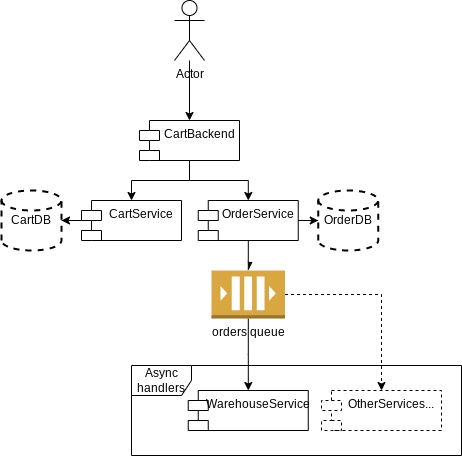
Earlier version of the draw.io export diagrams/arch.drawio.png (Gamazic/microservices-market-playground). Source tidied: cells renumbered, new cells last; positions are measured from the earlier drawing's top-left corner, leaving out a move shared by most shapes. Its diagram source:
```xml
<mxGraphModel>
  <root>
    <mxCell id="0" />
    <mxCell id="1" parent="0" />
    <mxCell id="2" value="Async handlers" style="shape=umlFrame;whiteSpace=wrap;html=1;" parent="1" vertex="1">
      <mxGeometry x="130" y="365" width="330" height="90" as="geometry" />
    </mxCell>
    <mxCell id="3" style="edgeStyle=orthogonalEdgeStyle;rounded=0;jettySize=auto;html=1;endArrow=classic;endFill=1;" parent="1" edge="1" source="5" target="10">
      <mxGeometry relative="1" as="geometry" />
    </mxCell>
    <mxCell id="4" style="edgeStyle=orthogonalEdgeStyle;rounded=0;jettySize=auto;html=1;endArrow=classic;endFill=1;" parent="1" edge="1" source="5" target="7">
      <mxGeometry relative="1" as="geometry" />
    </mxCell>
    <mxCell id="5" value="CartBackend" style="shape=module;align=left;spacingLeft=20;align=center;verticalAlign=top;" parent="1" vertex="1">
      <mxGeometry x="138" y="120" width="100" height="40" as="geometry" />
    </mxCell>
    <mxCell id="6" style="edgeStyle=orthogonalEdgeStyle;rounded=0;jettySize=auto;html=1;endArrow=classic;endFill=1;" parent="1" edge="1" source="7" target="11">
      <mxGeometry relative="1" as="geometry" />
    </mxCell>
    <mxCell id="7" value="CartService" style="shape=module;align=left;spacingLeft=20;align=center;verticalAlign=top;" parent="1" vertex="1">
      <mxGeometry x="80" y="200" width="100" height="40" as="geometry" />
    </mxCell>
    <mxCell id="8" style="edgeStyle=orthogonalEdgeStyle;rounded=0;jettySize=auto;html=1;endArrow=classic;endFill=1;" parent="1" edge="1" source="10" target="19">
      <mxGeometry relative="1" as="geometry" />
    </mxCell>
    <mxCell id="9" style="edgeStyle=orthogonalEdgeStyle;rounded=0;jettySize=auto;html=1;endArrow=async;endFill=1;" parent="1" edge="1" source="10" target="14">
      <mxGeometry relative="1" as="geometry" />
    </mxCell>
    <mxCell id="10" value="OrderService" style="shape=module;align=left;spacingLeft=20;align=center;verticalAlign=top;" parent="1" vertex="1">
      <mxGeometry x="196.8" y="200" width="100" height="40" as="geometry" />
    </mxCell>
    <mxCell id="11" value="CartDB" style="strokeWidth=2;html=1;shape=mxgraph.flowchart.database;whiteSpace=wrap;dashed=1;" parent="1" vertex="1">
      <mxGeometry y="190" width="60" height="60" as="geometry" />
    </mxCell>
    <mxCell id="12" style="edgeStyle=orthogonalEdgeStyle;rounded=0;jettySize=auto;html=1;" parent="1" edge="1" source="14" target="17">
      <mxGeometry relative="1" as="geometry" />
    </mxCell>
    <mxCell id="13" style="edgeStyle=orthogonalEdgeStyle;rounded=0;jettySize=auto;html=1;endArrow=classic;endFill=1;dashed=1;" parent="1" edge="1" source="14" target="18">
      <mxGeometry relative="1" as="geometry" />
    </mxCell>
    <mxCell id="14" value="orders queue" style="outlineConnect=0;dashed=0;verticalLabelPosition=bottom;verticalAlign=top;align=center;html=1;shape=mxgraph.aws3.queue;fillColor=#D9A741;gradientColor=none;" parent="1" vertex="1">
      <mxGeometry x="210" y="270" width="73.5" height="48" as="geometry" />
    </mxCell>
    <mxCell id="15" style="edgeStyle=orthogonalEdgeStyle;rounded=0;jettySize=auto;html=1;endArrow=classic;endFill=1;" parent="1" edge="1" source="16" target="5">
      <mxGeometry relative="1" as="geometry" />
    </mxCell>
    <mxCell id="16" value="Actor" style="shape=umlActor;verticalLabelPosition=bottom;verticalAlign=top;html=1;outlineConnect=0;" parent="1" vertex="1">
      <mxGeometry x="173" width="30" height="60" as="geometry" />
    </mxCell>
    <mxCell id="17" value="WarehouseService" style="shape=module;align=left;spacingLeft=20;align=center;verticalAlign=top;" parent="1" vertex="1">
      <mxGeometry x="186.8" y="390" width="120" height="40" as="geometry" />
    </mxCell>
    <mxCell id="18" value="OtherServices..." style="shape=module;align=left;spacingLeft=20;align=center;verticalAlign=top;dashed=1;" parent="1" vertex="1">
      <mxGeometry x="320" y="390" width="120" height="40" as="geometry" />
    </mxCell>
    <mxCell id="19" value="OrderDB" style="strokeWidth=2;html=1;shape=mxgraph.flowchart.database;whiteSpace=wrap;dashed=1;" parent="1" vertex="1">
      <mxGeometry x="316.8" y="190" width="60" height="60" as="geometry" />
    </mxCell>
  </root>
</mxGraphModel>
```
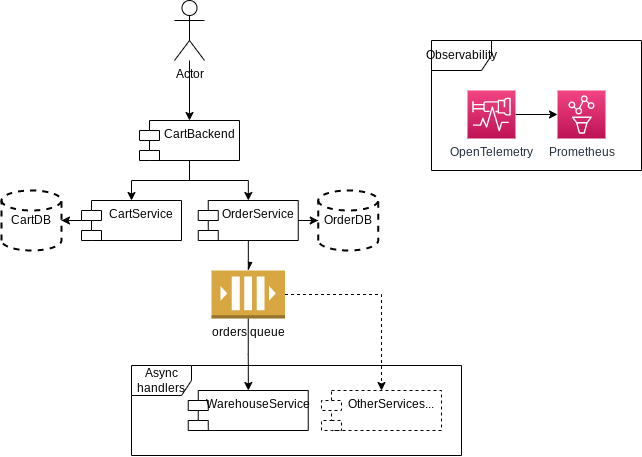
Later version of the same file.

Diff of the diagram source:
```diff
@@ -2,6 +2,9 @@
   <root>
     <mxCell id="0" />
     <mxCell id="1" parent="0" />
+    <mxCell id="20" value="Observability" style="shape=umlFrame;whiteSpace=wrap;html=1;" parent="1" vertex="1">
+      <mxGeometry x="430" y="40" width="210" height="130" as="geometry" />
+    </mxCell>
     <mxCell id="2" value="Async handlers" style="shape=umlFrame;whiteSpace=wrap;html=1;" parent="1" vertex="1">
       <mxGeometry x="130" y="365" width="330" height="90" as="geometry" />
     </mxCell>
@@ -56,5 +59,14 @@
     <mxCell id="19" value="OrderDB" style="strokeWidth=2;html=1;shape=mxgraph.flowchart.database;whiteSpace=wrap;dashed=1;" parent="1" vertex="1">
       <mxGeometry x="316.8" y="190" width="60" height="60" as="geometry" />
     </mxCell>
+    <mxCell id="21" style="edgeStyle=orthogonalEdgeStyle;rounded=0;jettySize=auto;html=1;entryX=0;entryY=0.5;entryDx=0;entryDy=0;entryPerimeter=0;endArrow=classic;endFill=1;" parent="1" edge="1" source="22" target="23">
+      <mxGeometry relative="1" as="geometry" />
+    </mxCell>
+    <mxCell id="22" value="OpenTelemetry" style="sketch=0;points=[[0,0,0],[0.25,0,0],[0.5,0,0],[0.75,0,0],[1,0,0],[0,1,0],[0.25,1,0],[0.5,1,0],[0.75,1,0],[1,1,0],[0,0.25,0],[0,0.5,0],[0,0.75,0],[1,0.25,0],[1,0.5,0],[1,0.75,0]];points=[[0,0,0],[0.25,0,0],[0.5,0,0],[0.75,0,0],[1,0,0],[0,1,0],[0.25,1,0],[0.5,1,0],[0.75,1,0],[1,1,0],[0,0.25,0],[0,0.5,0],[0,0.75,0],[1,0.25,0],[1,0.5,0],[1,0.75,0]];outlineConnect=0;fontColor=#232F3E;gradientColor=#F34482;gradientDirection=north;fillColor=#BC1356;strokeColor=#ffffff;dashed=0;verticalLabelPosition=bottom;verticalAlign=top;align=center;html=1;fontSize=12;fontStyle=0;shape=mxgraph.aws4.resourceIcon;resIcon=mxgraph.aws4.distro_for_opentelemetry;" parent="1" vertex="1">
+      <mxGeometry x="466" y="90" width="48" height="48" as="geometry" />
+    </mxCell>
+    <mxCell id="23" value="Prometheus" style="sketch=0;points=[[0,0,0],[0.25,0,0],[0.5,0,0],[0.75,0,0],[1,0,0],[0,1,0],[0.25,1,0],[0.5,1,0],[0.75,1,0],[1,1,0],[0,0.25,0],[0,0.5,0],[0,0.75,0],[1,0.25,0],[1,0.5,0],[1,0.75,0]];points=[[0,0,0],[0.25,0,0],[0.5,0,0],[0.75,0,0],[1,0,0],[0,1,0],[0.25,1,0],[0.5,1,0],[0.75,1,0],[1,1,0],[0,0.25,0],[0,0.5,0],[0,0.75,0],[1,0.25,0],[1,0.5,0],[1,0.75,0]];outlineConnect=0;fontColor=#232F3E;gradientColor=#F34482;gradientDirection=north;fillColor=#BC1356;strokeColor=#ffffff;dashed=0;verticalLabelPosition=bottom;verticalAlign=top;align=center;html=1;fontSize=12;fontStyle=0;shape=mxgraph.aws4.resourceIcon;resIcon=mxgraph.aws4.managed_service_for_prometheus;" parent="1" vertex="1">
+      <mxGeometry x="556" y="90" width="48" height="48" as="geometry" />
+    </mxCell>
   </root>
 </mxGraphModel>
```
